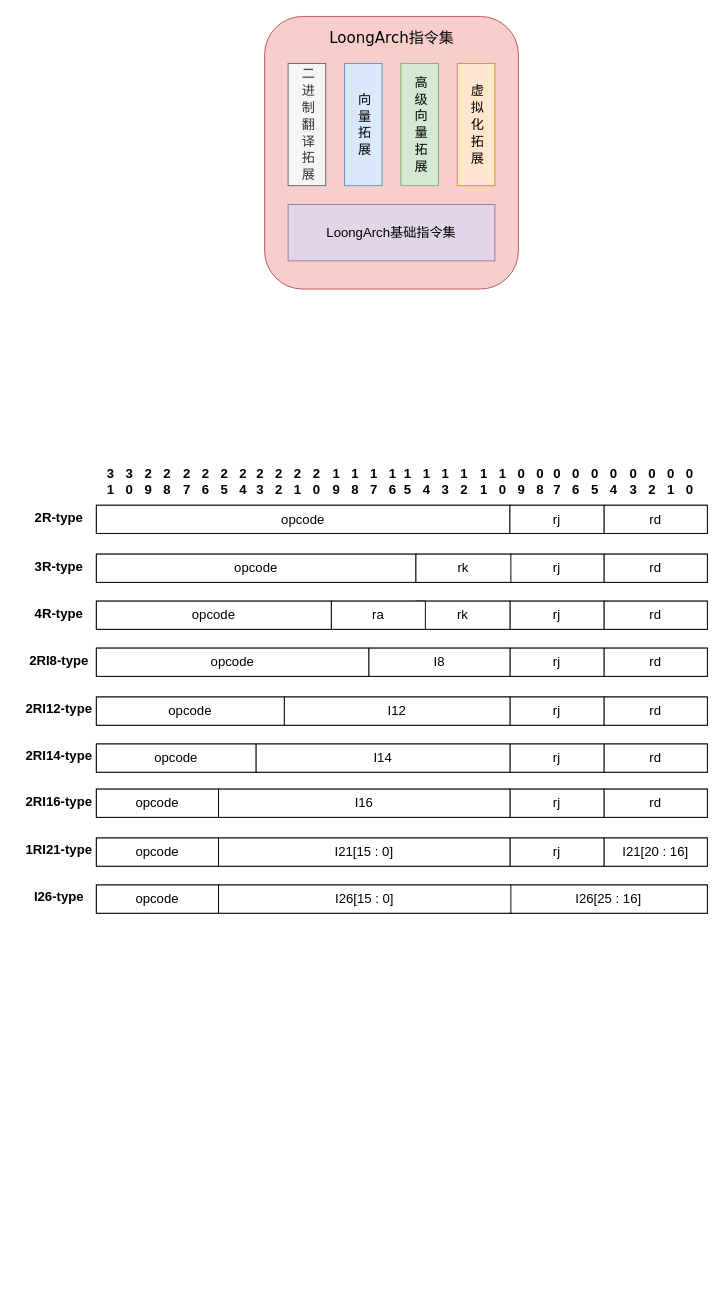
The draw.io diagram LoongArch.drawio in f123888/Draw.IO, before the edit. Source tidied: cells renumbered, new cells numbered last; positions are measured from the earlier drawing's top-left corner, leaving out a move shared by most shapes. Both pictures are drawn from the tidied source at 94%, with x=0, y=0 at pixel (16, 16).
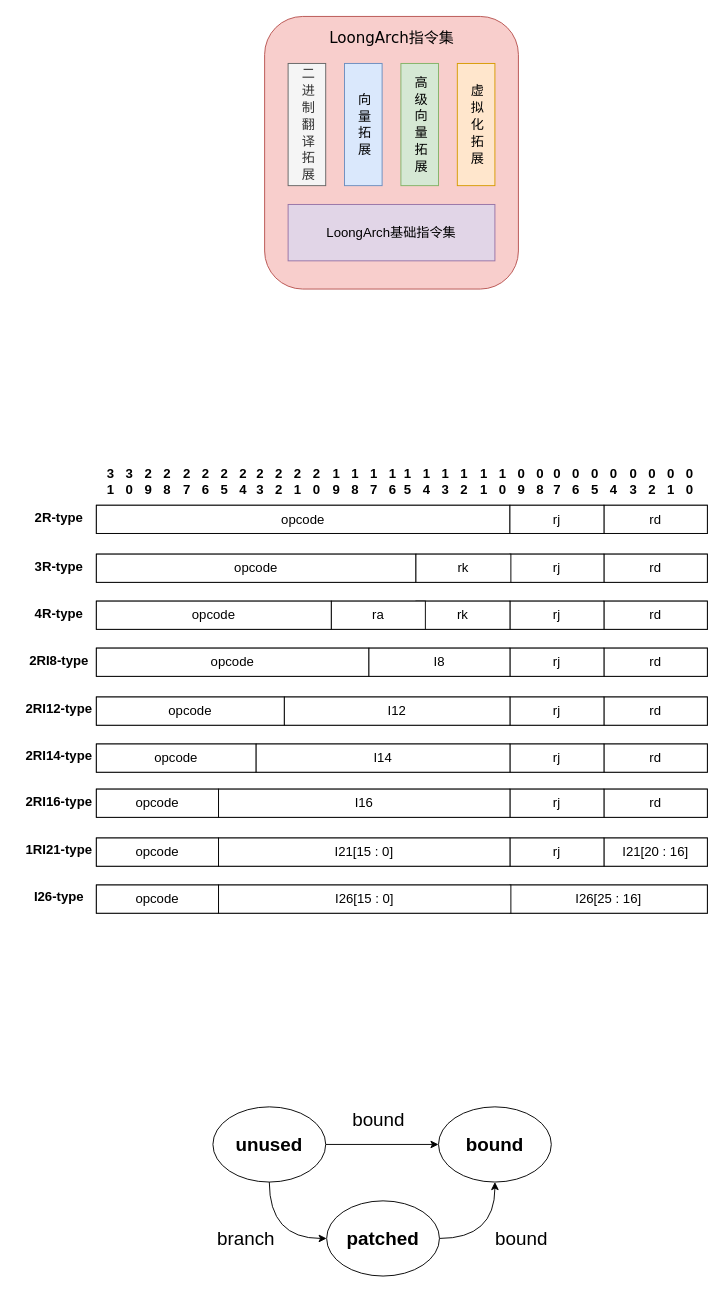
The same diagram, later.

What changed in the source:
```diff
@@
+    <mxCell id="94" style="edgeStyle=orthogonalEdgeStyle;rounded=0;jettySize=auto;html=1;exitX=1;exitY=0.5;exitDx=0;exitDy=0;entryX=0;entryY=0.5;entryDx=0;entryDy=0;" parent="1" edge="1" source="96" target="97">
+      <mxGeometry relative="1" as="geometry" />
+    </mxCell>
+    <mxCell id="95" style="edgeStyle=orthogonalEdgeStyle;rounded=0;jettySize=auto;html=1;exitX=0.5;exitY=1;exitDx=0;exitDy=0;entryX=0;entryY=0.5;entryDx=0;entryDy=0;curved=1;" parent="1" edge="1" source="96" target="99">
+      <mxGeometry relative="1" as="geometry" />
+    </mxCell>
+    <mxCell id="96" value="&lt;b style=&quot;&quot;&gt;&lt;font style=&quot;font-size: 20px;&quot;&gt;unused&lt;/font&gt;&lt;/b&gt;" style="ellipse;whiteSpace=wrap;html=1;" parent="1" vertex="1">
+      <mxGeometry x="209" y="1160" width="120" height="80" as="geometry" />
+    </mxCell>
+    <mxCell id="97" value="&lt;b style=&quot;&quot;&gt;&lt;font style=&quot;font-size: 20px;&quot;&gt;bound&lt;/font&gt;&lt;/b&gt;" style="ellipse;whiteSpace=wrap;html=1;" parent="1" vertex="1">
+      <mxGeometry x="449" y="1160" width="120" height="80" as="geometry" />
+    </mxCell>
+    <mxCell id="98" style="edgeStyle=orthogonalEdgeStyle;rounded=0;jettySize=auto;html=1;exitX=1;exitY=0.5;exitDx=0;exitDy=0;entryX=0.5;entryY=1;entryDx=0;entryDy=0;curved=1;" parent="1" edge="1" source="99" target="97">
+      <mxGeometry relative="1" as="geometry" />
+    </mxCell>
+    <mxCell id="99" value="&lt;b style=&quot;&quot;&gt;&lt;font style=&quot;font-size: 20px;&quot;&gt;patched&lt;/font&gt;&lt;/b&gt;" style="ellipse;whiteSpace=wrap;html=1;" parent="1" vertex="1">
+      <mxGeometry x="330" y="1260" width="120" height="80" as="geometry" />
+    </mxCell>
+    <mxCell id="100" value="&lt;font style=&quot;font-size: 20px;&quot;&gt;bound&lt;/font&gt;" style="text;html=1;align=center;verticalAlign=middle;strokeColor=none;fillColor=none;" parent="1" vertex="1">
+      <mxGeometry x="345" y="1153" width="80" height="40" as="geometry" />
+    </mxCell>
+    <mxCell id="101" value="&lt;font style=&quot;font-size: 20px;&quot;&gt;branch&lt;/font&gt;" style="text;html=1;align=center;verticalAlign=middle;strokeColor=none;fillColor=none;" parent="1" vertex="1">
+      <mxGeometry x="204" y="1280" width="80" height="40" as="geometry" />
+    </mxCell>
+    <mxCell id="102" value="&lt;font style=&quot;font-size: 20px;&quot;&gt;bound&lt;/font&gt;" style="text;html=1;align=center;verticalAlign=middle;strokeColor=none;fillColor=none;" parent="1" vertex="1">
+      <mxGeometry x="497" y="1280" width="80" height="40" as="geometry" />
+    </mxCell>
```
